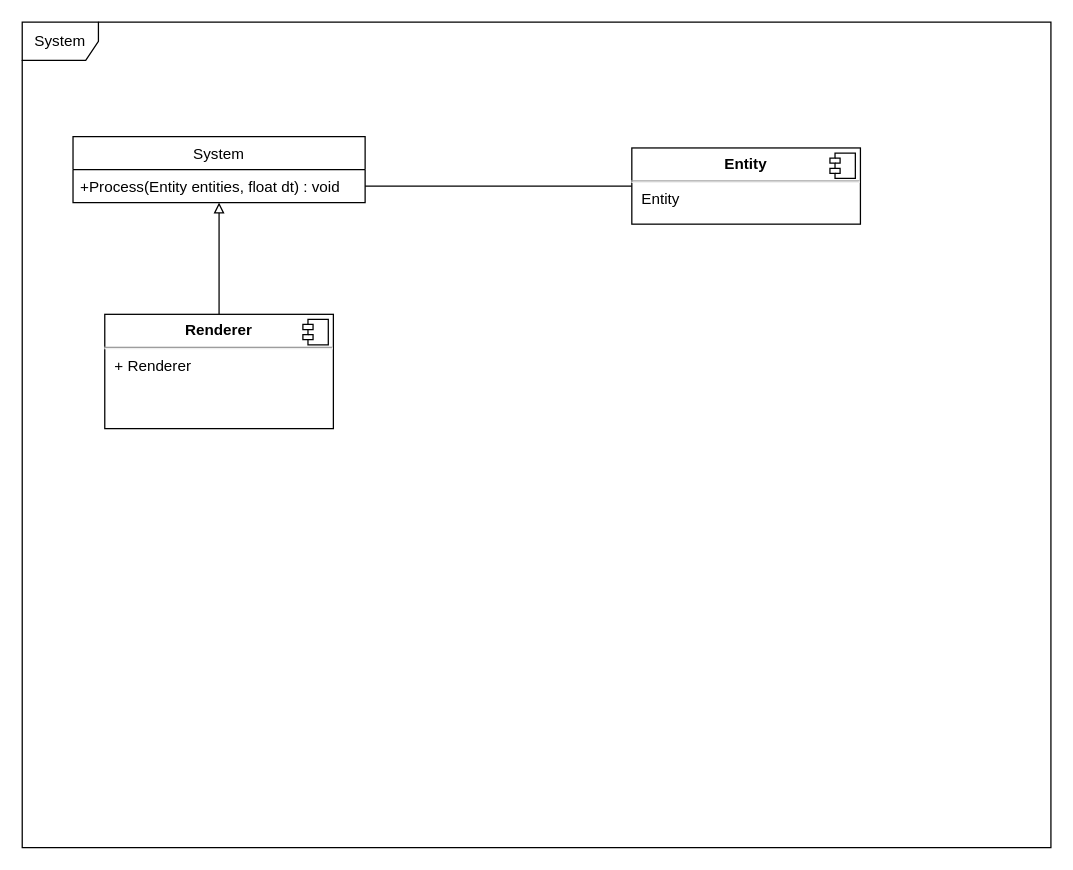
Before: page "System" (1 of 13) of UMLDiagram.drawio in hazN/ECS_Engine, a draw.io diagram. Source tidied: cells renumbered, new cells numbered last; positions are measured from the earlier drawing's top-left corner, leaving out a move shared by most shapes. Both pictures are drawn from the tidied source at 127%, with x=0, y=0 at pixel (22, 22).
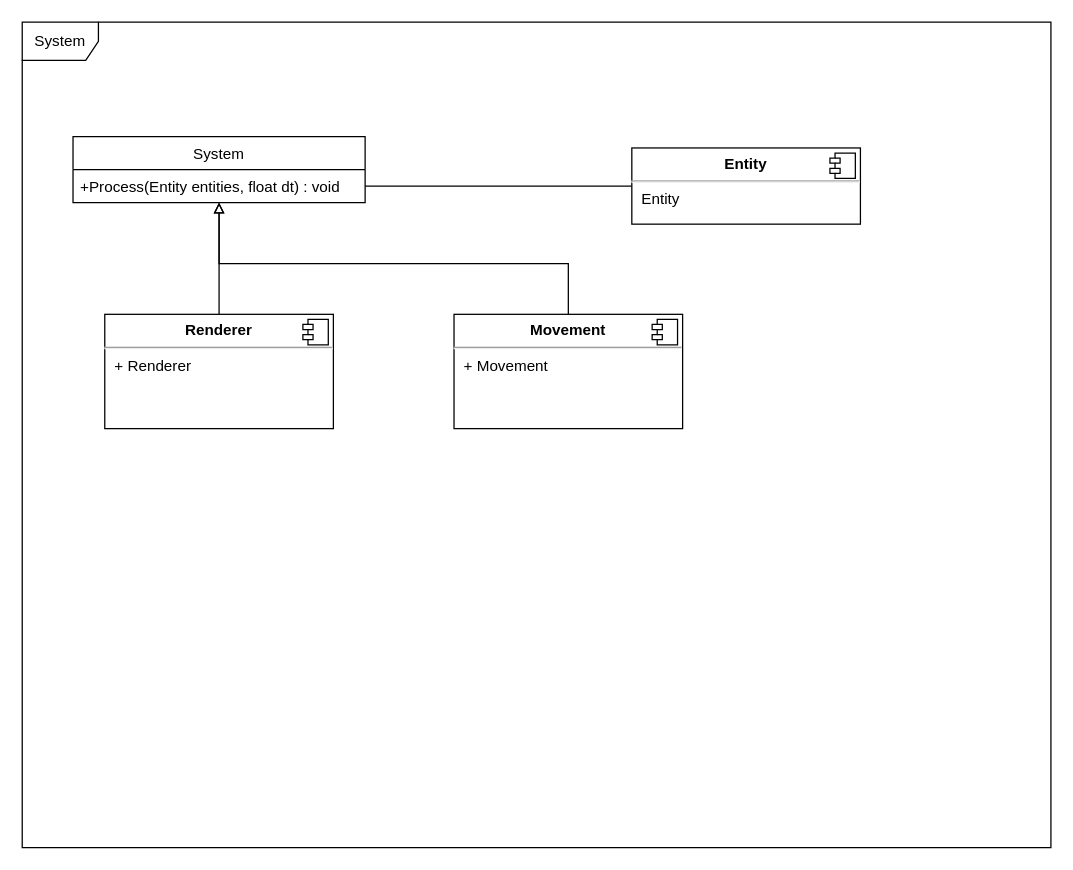
The same page after the edit.

Commit message (it also covers changes not shown here):
Update UMLDiagram. movement, OGLVertext, JSON

Change to the diagram source:
```diff
@@
 <mxGraphModel>
   <root>
     <mxCell id="0" />
     <mxCell id="1" parent="0" />
     <mxCell id="2" value="System" style="shape=umlFrame;whiteSpace=wrap;html=1;" parent="1" vertex="1">
       <mxGeometry width="810" height="650" as="geometry" />
     </mxCell>
     <mxCell id="3" value="System" style="swimlane;fontStyle=0;horizontal=1;startSize=26;fillColor=none;" parent="1" vertex="1">
       <mxGeometry x="40" y="90" width="230" height="52" as="geometry" />
     </mxCell>
     <mxCell id="4" value="+Process(Entity entities, float dt) : void " style="text;strokeColor=none;fillColor=none;align=left;verticalAlign=top;spacingLeft=4;spacingRight=4;overflow=hidden;points=[[0,0.5],[1,0.5]];portConstraint=eastwest;" parent="3" vertex="1">
       <mxGeometry y="26" width="230" height="26" as="geometry" />
     </mxCell>
     <mxCell id="5" style="edgeStyle=orthogonalEdgeStyle;rounded=0;jettySize=auto;html=1;exitX=1;exitY=0.5;exitDx=0;exitDy=0;entryX=0;entryY=0.5;entryDx=0;entryDy=0;endArrow=none;endFill=0;" parent="1" edge="1" source="4" target="6">
       <mxGeometry relative="1" as="geometry" />
     </mxCell>
     <mxCell id="6" value="&lt;p style=&quot;margin:0px;margin-top:6px;text-align:center;&quot;&gt;&lt;b&gt;Entity&lt;/b&gt;&lt;/p&gt;&lt;hr&gt;&lt;p style=&quot;margin:0px;margin-left:8px;&quot;&gt;Entity&lt;/p&gt;" style="align=left;overflow=fill;html=1;" parent="1" vertex="1">
       <mxGeometry x="480" y="99" width="180" height="60" as="geometry" />
     </mxCell>
     <mxCell id="7" style="shape=component;jettyWidth=8;jettyHeight=4;" parent="6" vertex="1">
       <mxGeometry x="1" width="20" height="20" relative="1" as="geometry">
         <mxPoint x="-24" y="4" as="offset" />
       </mxGeometry>
     </mxCell>
     <mxCell id="8" style="edgeStyle=orthogonalEdgeStyle;rounded=0;jettySize=auto;html=1;exitX=0.5;exitY=0;exitDx=0;exitDy=0;endArrow=block;endFill=0;" parent="1" edge="1" source="9" target="3">
       <mxGeometry relative="1" as="geometry">
         <Array as="points">
           <mxPoint x="155" y="220" />
           <mxPoint x="155" y="220" />
         </Array>
       </mxGeometry>
     </mxCell>
     <mxCell id="9" value="&lt;p style=&quot;margin:0px;margin-top:6px;text-align:center;&quot;&gt;&lt;b&gt;Renderer&lt;/b&gt;&lt;/p&gt;&lt;hr&gt;&lt;p style=&quot;margin:0px;margin-left:8px;&quot;&gt;+ Renderer&lt;/p&gt;" style="align=left;overflow=fill;html=1;" parent="1" vertex="1">
       <mxGeometry x="65" y="230" width="180" height="90" as="geometry" />
     </mxCell>
     <mxCell id="10" style="shape=component;jettyWidth=8;jettyHeight=4;" parent="9" vertex="1">
       <mxGeometry x="1" width="20" height="20" relative="1" as="geometry">
         <mxPoint x="-24" y="4" as="offset" />
       </mxGeometry>
     </mxCell>
+    <mxCell id="11" style="edgeStyle=orthogonalEdgeStyle;rounded=0;jettySize=auto;html=1;exitX=0.5;exitY=0;exitDx=0;exitDy=0;endArrow=block;endFill=0;" parent="1" edge="1" source="12" target="3">
+      <mxGeometry relative="1" as="geometry">
+        <Array as="points">
+          <mxPoint x="430" y="190" />
+          <mxPoint x="155" y="190" />
+        </Array>
+      </mxGeometry>
+    </mxCell>
+    <mxCell id="12" value="&lt;p style=&quot;margin:0px;margin-top:6px;text-align:center;&quot;&gt;&lt;b&gt;Movement&lt;/b&gt;&lt;/p&gt;&lt;hr&gt;&lt;p style=&quot;margin:0px;margin-left:8px;&quot;&gt;+ Movement&lt;br&gt;&lt;br&gt;&lt;/p&gt;" style="align=left;overflow=fill;html=1;" parent="1" vertex="1">
+      <mxGeometry x="340" y="230" width="180" height="90" as="geometry" />
+    </mxCell>
+    <mxCell id="13" style="shape=component;jettyWidth=8;jettyHeight=4;" parent="12" vertex="1">
+      <mxGeometry x="1" width="20" height="20" relative="1" as="geometry">
+        <mxPoint x="-24" y="4" as="offset" />
+      </mxGeometry>
+    </mxCell>
   </root>
 </mxGraphModel>
```
